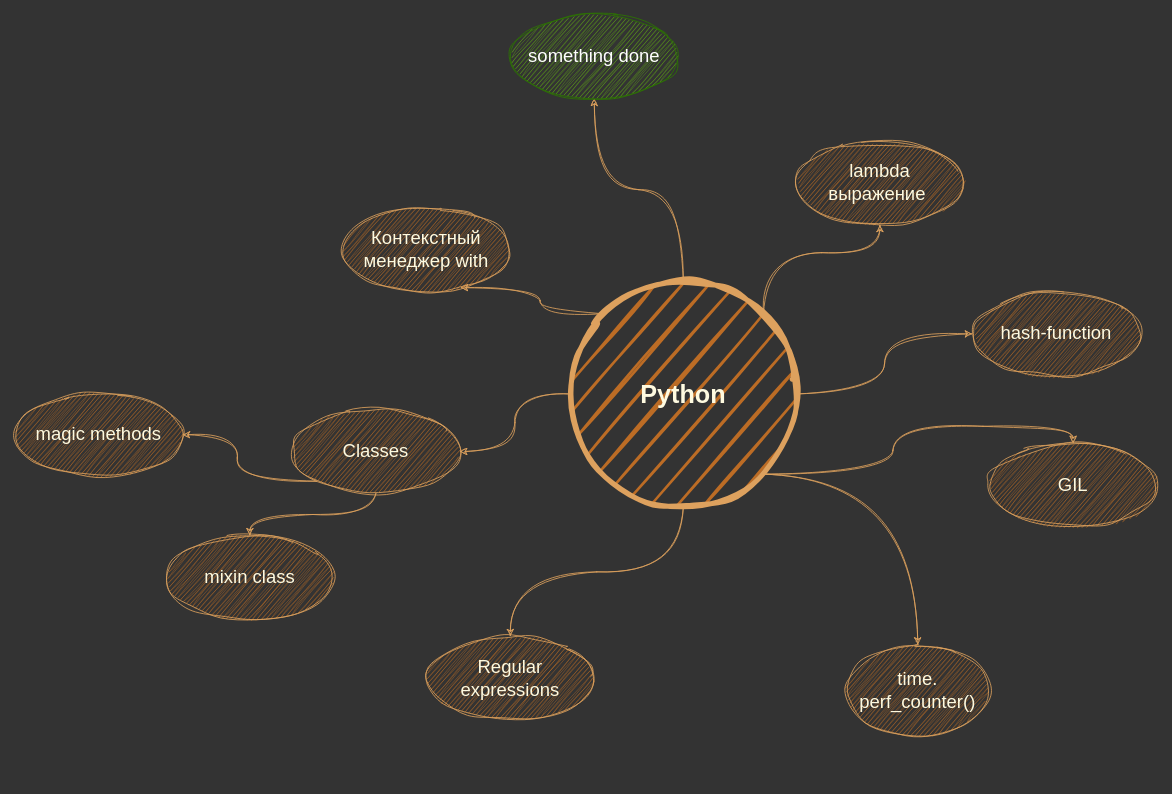
zhivvv/study keeps this draw.io diagram as page "python" (1 of 4) of Untitled Diagram.drawio. Above is the earlier version. Source tidied: cells renumbered, new cells numbered last; positions are measured from the earlier drawing's top-left corner, leaving out a move shared by most shapes. Both pictures are drawn from the tidied source at 84%, with x=0, y=0 at pixel (14, 14).
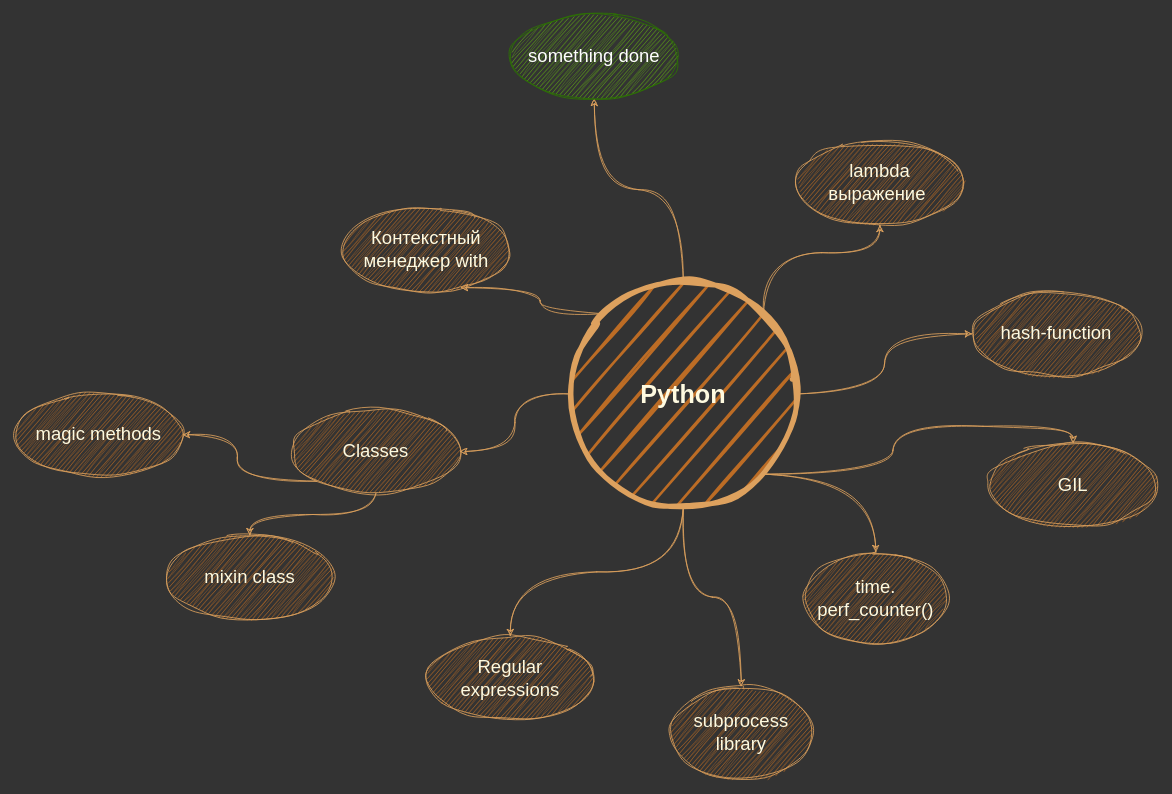
After the change.

Commit message:
subprocess library was added

Unchanged cells that the change refers to:
```xml
<mxCell id="11" value="Python" style="ellipse;whiteSpace=wrap;html=1;shadow=0;fontFamily=Helvetica;fontSize=30;fontColor=#FEFAE0;align=center;strokeColor=#DDA15E;strokeWidth=6;fillColor=#BC6C25;fontStyle=1;sketch=1;curveFitting=1;jiggle=2;labelBackgroundColor=none;rounded=1;" parent="1" vertex="1">
  <mxGeometry x="661" y="316.5" width="270" height="270" as="geometry" />
</mxCell>
```

Change to the diagram source:
```diff
@@
+    <mxCell id="23" style="edgeStyle=orthogonalEdgeStyle;sketch=1;hachureGap=4;jiggle=2;curveFitting=1;jettySize=auto;html=1;entryX=0.5;entryY=0;entryDx=0;entryDy=0;fontFamily=Helvetica;fontSize=15;labelBackgroundColor=none;strokeColor=#DDA15E;comic=0;curved=1;" parent="1" edge="1" source="11" target="24">
+      <mxGeometry relative="1" as="geometry" />
+    </mxCell>
@@
     <mxCell id="22" value="&lt;span style=&quot;font-size: 22px;&quot;&gt;time. perf_counter()&lt;/span&gt;" style="ellipse;whiteSpace=wrap;html=1;sketch=1;curveFitting=1;jiggle=2;fillColor=#BC6C25;strokeColor=#DDA15E;fontColor=#FEFAE0;labelBackgroundColor=none;rounded=1;" parent="1" vertex="1">
-      <mxGeometry x="990" y="750" width="170" height="110" as="geometry" />
+      <mxGeometry x="940" y="640" width="170" height="110" as="geometry" />
     </mxCell>
+    <mxCell id="24" value="&lt;span style=&quot;font-size: 22px;&quot;&gt;subprocess library&lt;/span&gt;" style="ellipse;whiteSpace=wrap;html=1;sketch=1;curveFitting=1;jiggle=2;fillColor=#BC6C25;strokeColor=#DDA15E;fontColor=#FEFAE0;labelBackgroundColor=none;rounded=1;" parent="1" vertex="1">
+      <mxGeometry x="780" y="800" width="170" height="110" as="geometry" />
+    </mxCell>
```
